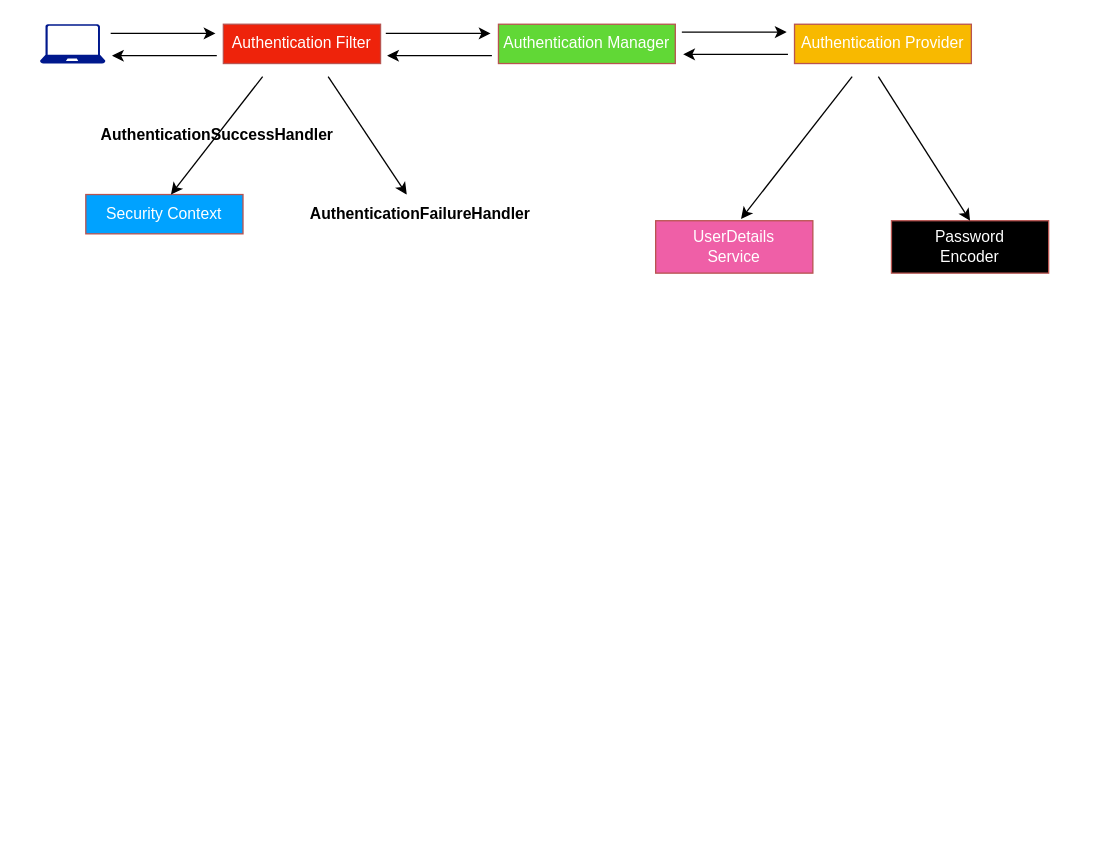
The draw.io diagram BE/technical/Spring-Security.drawio in afflato/system, before the edit. Source tidied: cells renumbered, new cells numbered last; positions are measured from the earlier drawing's top-left corner, leaving out a move shared by most shapes. Both pictures are drawn from the tidied source at 131%, with x=0, y=0 at pixel (39, 24).
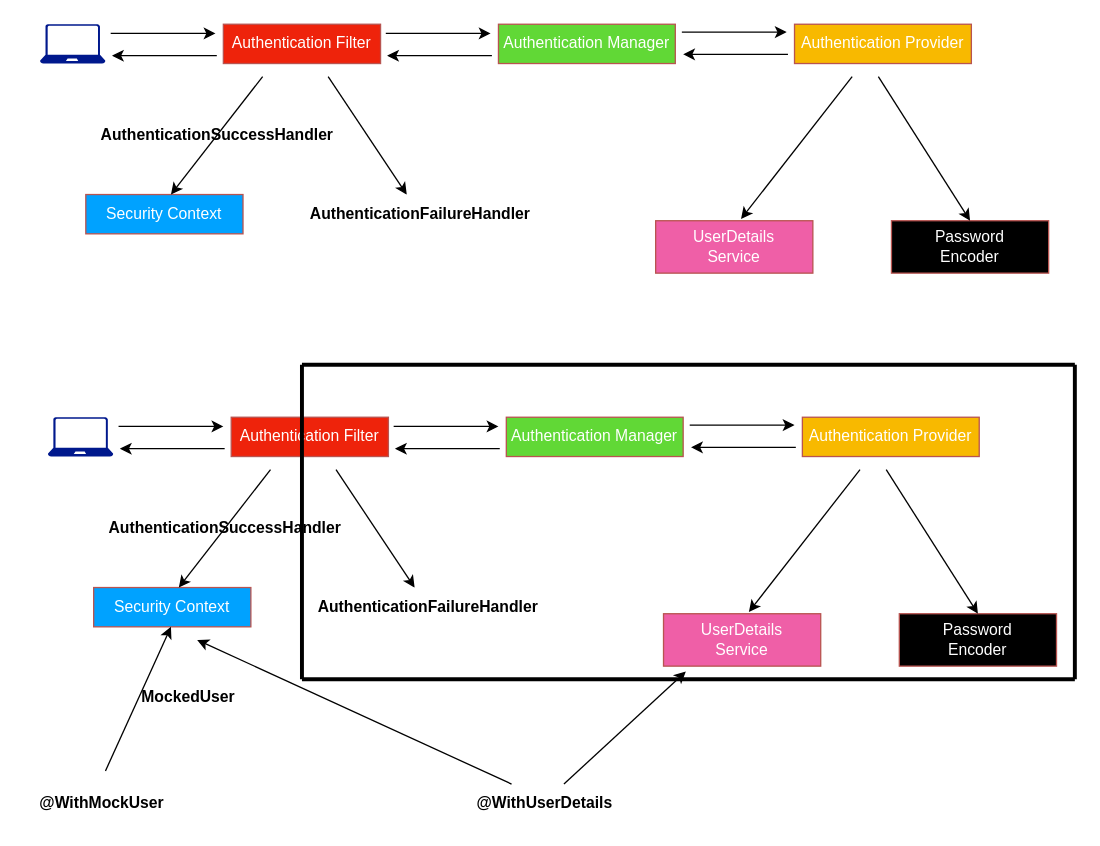
Above is the later version.

Change to the diagram source:
```diff
@@
+    <mxCell id="21" style="group;" parent="1" vertex="1">
+      <mxGeometry x="6" y="300" width="770" height="190" as="geometry" />
+    </mxCell>
+    <mxCell id="22" style="sketch=0;shadow=0;dashed=0;html=1;strokeColor=none;labelPosition=center;verticalLabelPosition=bottom;verticalAlign=top;align=center;fillColor=#00188D;shape=mxgraph.azure.laptop;" parent="21" vertex="1">
+      <mxGeometry width="50" height="30" as="geometry" />
+    </mxCell>
+    <mxCell id="23" value="Authentication Filter" style="rounded=0;whiteSpace=wrap;html=1;fillColor=#EE230B;strokeColor=#b85450;fontColor=#FFFFFF;" parent="21" vertex="1">
+      <mxGeometry x="140" width="120" height="30" as="geometry" />
+    </mxCell>
+    <mxCell id="24" value="Authentication Manager" style="rounded=0;whiteSpace=wrap;html=1;fillColor=#61D836;strokeColor=#b85450;fontColor=#FFFFFF;" parent="21" vertex="1">
+      <mxGeometry x="350" width="135" height="30" as="geometry" />
+    </mxCell>
+    <mxCell id="25" value="Authentication Provider" style="rounded=0;whiteSpace=wrap;html=1;fillColor=#F8B900;strokeColor=#b85450;fontColor=#FFFFFF;" parent="21" vertex="1">
+      <mxGeometry x="576" width="135" height="30" as="geometry" />
+    </mxCell>
+    <mxCell id="26" value="Security Context" style="rounded=0;whiteSpace=wrap;html=1;fillColor=#00A2FF;strokeColor=#b85450;fontColor=#FFFFFF;" parent="21" vertex="1">
+      <mxGeometry x="35" y="130" width="120" height="30" as="geometry" />
+    </mxCell>
+    <mxCell id="27" value="&lt;b&gt;AuthenticationFailureHandler&lt;/b&gt;" style="text;html=1;align=center;verticalAlign=middle;strokeColor=none;fillColor=none;" parent="21" vertex="1">
+      <mxGeometry x="195" y="130" width="190" height="30" as="geometry" />
+    </mxCell>
+    <mxCell id="28" value="UserDetails&lt;div&gt;Service&lt;/div&gt;" style="rounded=0;whiteSpace=wrap;html=1;fillColor=#EF5FA7;strokeColor=#b85450;fontColor=#FFFFFF;" parent="21" vertex="1">
+      <mxGeometry x="470" y="150" width="120" height="40" as="geometry" />
+    </mxCell>
+    <mxCell id="29" value="Password&lt;div&gt;Encoder&lt;/div&gt;" style="rounded=0;whiteSpace=wrap;html=1;fillColor=#000000;strokeColor=#b85450;fontColor=#FFFFFF;" parent="21" vertex="1">
+      <mxGeometry x="650" y="150" width="120" height="40" as="geometry" />
+    </mxCell>
+    <mxCell id="30" style="endArrow=classic;html=1;rounded=0;" parent="21" edge="1">
+      <mxGeometry relative="1" as="geometry">
+        <mxPoint x="170" y="40" as="sourcePoint" />
+        <mxPoint x="100" y="130" as="targetPoint" />
+      </mxGeometry>
+    </mxCell>
+    <mxCell id="31" style="endArrow=classic;html=1;rounded=0;" parent="21" edge="1">
+      <mxGeometry relative="1" as="geometry">
+        <mxPoint x="220" y="40" as="sourcePoint" />
+        <mxPoint x="280" y="130" as="targetPoint" />
+      </mxGeometry>
+    </mxCell>
+    <mxCell id="32" style="endArrow=classic;html=1;rounded=0;entryX=0.543;entryY=-0.034;entryDx=0;entryDy=0;entryPerimeter=0;" parent="21" edge="1" target="28">
+      <mxGeometry relative="1" as="geometry">
+        <mxPoint x="620" y="40" as="sourcePoint" />
+      </mxGeometry>
+    </mxCell>
+    <mxCell id="33" style="endArrow=classic;html=1;rounded=0;entryX=0.5;entryY=0;entryDx=0;entryDy=0;" parent="21" edge="1" target="29">
+      <mxGeometry relative="1" as="geometry">
+        <mxPoint x="640" y="40" as="sourcePoint" />
+      </mxGeometry>
+    </mxCell>
+    <mxCell id="34" style="endArrow=classic;html=1;rounded=0;" parent="21" edge="1">
+      <mxGeometry relative="1" as="geometry">
+        <mxPoint x="54" y="7" as="sourcePoint" />
+        <mxPoint x="134" y="7" as="targetPoint" />
+      </mxGeometry>
+    </mxCell>
+    <mxCell id="35" style="endArrow=classic;html=1;rounded=0;" parent="21" edge="1">
+      <mxGeometry relative="1" as="geometry">
+        <mxPoint x="135" y="24" as="sourcePoint" />
+        <mxPoint x="55" y="24" as="targetPoint" />
+      </mxGeometry>
+    </mxCell>
+    <mxCell id="36" style="endArrow=classic;html=1;rounded=0;" parent="21" edge="1">
+      <mxGeometry relative="1" as="geometry">
+        <mxPoint x="264" y="7" as="sourcePoint" />
+        <mxPoint x="344" y="7" as="targetPoint" />
+      </mxGeometry>
+    </mxCell>
+    <mxCell id="37" style="endArrow=classic;html=1;rounded=0;" parent="21" edge="1">
+      <mxGeometry relative="1" as="geometry">
+        <mxPoint x="345" y="24" as="sourcePoint" />
+        <mxPoint x="265" y="24" as="targetPoint" />
+      </mxGeometry>
+    </mxCell>
+    <mxCell id="38" style="endArrow=classic;html=1;rounded=0;" parent="21" edge="1">
+      <mxGeometry relative="1" as="geometry">
+        <mxPoint x="490" y="6" as="sourcePoint" />
+        <mxPoint x="570" y="6" as="targetPoint" />
+      </mxGeometry>
+    </mxCell>
+    <mxCell id="39" style="endArrow=classic;html=1;rounded=0;" parent="21" edge="1">
+      <mxGeometry relative="1" as="geometry">
+        <mxPoint x="571" y="23" as="sourcePoint" />
+        <mxPoint x="491" y="23" as="targetPoint" />
+      </mxGeometry>
+    </mxCell>
+    <mxCell id="40" value="&lt;b&gt;AuthenticationSuccessHandler&lt;/b&gt;" style="text;html=1;align=center;verticalAlign=middle;strokeColor=none;fillColor=none;" parent="21" vertex="1">
+      <mxGeometry x="35" y="70" width="200" height="30" as="geometry" />
+    </mxCell>
+    <mxCell id="41" style="endArrow=none;html=1;rounded=0;strokeWidth=3;" parent="21" edge="1">
+      <mxGeometry relative="1" as="geometry">
+        <mxPoint x="194" y="200" as="sourcePoint" />
+        <mxPoint x="784" y="200" as="targetPoint" />
+      </mxGeometry>
+    </mxCell>
+    <mxCell id="42" style="endArrow=none;html=1;rounded=0;strokeWidth=3;" parent="1" edge="1">
+      <mxGeometry relative="1" as="geometry">
+        <mxPoint x="200" y="500" as="sourcePoint" />
+        <mxPoint x="200" y="260" as="targetPoint" />
+      </mxGeometry>
+    </mxCell>
+    <mxCell id="43" style="endArrow=none;html=1;rounded=0;strokeWidth=3;" parent="1" edge="1">
+      <mxGeometry relative="1" as="geometry">
+        <mxPoint x="200" y="260" as="sourcePoint" />
+        <mxPoint x="790" y="260" as="targetPoint" />
+      </mxGeometry>
+    </mxCell>
+    <mxCell id="44" style="endArrow=none;html=1;rounded=0;strokeWidth=3;" parent="1" edge="1">
+      <mxGeometry relative="1" as="geometry">
+        <mxPoint x="790" y="500" as="sourcePoint" />
+        <mxPoint x="790" y="260" as="targetPoint" />
+      </mxGeometry>
+    </mxCell>
+    <mxCell id="45" value="&lt;b&gt;@WithMockUser&lt;/b&gt;" style="text;html=1;align=center;verticalAlign=middle;strokeColor=none;fillColor=none;" parent="1" vertex="1">
+      <mxGeometry x="-13" y="580" width="120" height="30" as="geometry" />
+    </mxCell>
+    <mxCell id="46" value="&lt;b&gt;@WithUserDetails&lt;/b&gt;" style="text;html=1;align=center;verticalAlign=middle;strokeColor=none;fillColor=none;" parent="1" vertex="1">
+      <mxGeometry x="320" y="580" width="130" height="30" as="geometry" />
+    </mxCell>
+    <mxCell id="47" style="endArrow=classic;html=1;rounded=0;" parent="1" edge="1">
+      <mxGeometry relative="1" as="geometry">
+        <mxPoint x="50" y="570" as="sourcePoint" />
+        <mxPoint x="100" y="460" as="targetPoint" />
+      </mxGeometry>
+    </mxCell>
+    <mxCell id="48" value="&lt;b&gt;MockedUser&lt;/b&gt;" style="text;html=1;align=center;verticalAlign=middle;strokeColor=none;fillColor=none;" parent="1" vertex="1">
+      <mxGeometry x="68" y="499" width="90" height="30" as="geometry" />
+    </mxCell>
+    <mxCell id="49" style="endArrow=classic;html=1;rounded=0;entryX=0.142;entryY=1.103;entryDx=0;entryDy=0;entryPerimeter=0;" parent="1" edge="1" target="28">
+      <mxGeometry relative="1" as="geometry">
+        <mxPoint x="400" y="580" as="sourcePoint" />
+      </mxGeometry>
+    </mxCell>
+    <mxCell id="50" style="endArrow=classic;html=1;rounded=0;" parent="1" edge="1">
+      <mxGeometry relative="1" as="geometry">
+        <mxPoint x="360" y="580" as="sourcePoint" />
+        <mxPoint x="120" y="470" as="targetPoint" />
+      </mxGeometry>
+    </mxCell>
```
